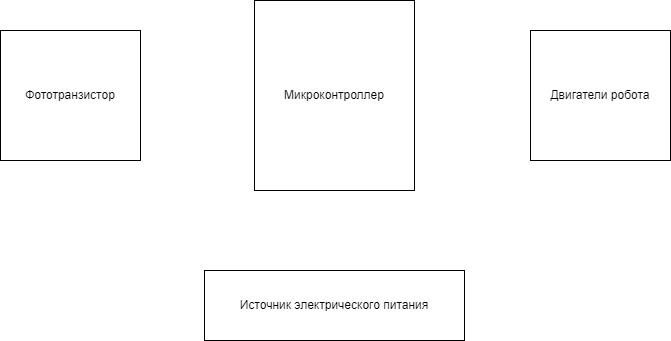
This is Cхемыч.png from IlyaFedoseev227/LABS-PNRPU-IVT-22-1b, a draw.io export, as it was before one commit. Source tidied: cells renumbered, new cells last; positions are measured from the earlier drawing's top-left corner, leaving out a move shared by most shapes.
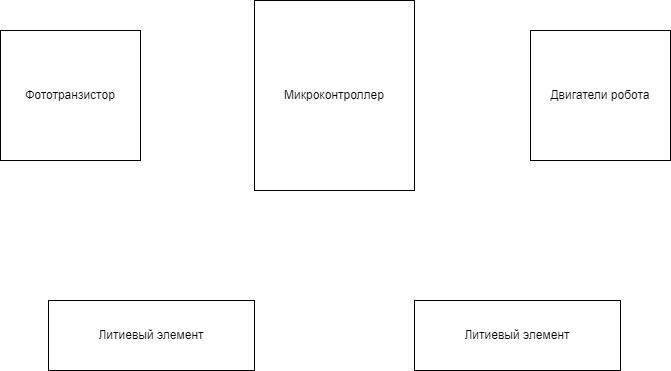
Above is the later version.

The edit, as a diff of the source:
```diff
@@ -2,8 +2,8 @@
   <root>
     <mxCell id="0" />
     <mxCell id="1" parent="0" />
-    <mxCell id="2" value="Источник электрического питания" style="rounded=0;whiteSpace=wrap;html=1;" parent="1" vertex="1">
-      <mxGeometry x="204" y="270" width="260" height="70" as="geometry" />
+    <mxCell id="2" value="Литиевый элемент" style="rounded=0;whiteSpace=wrap;html=1;" parent="1" vertex="1">
+      <mxGeometry x="48" y="300" width="206" height="70" as="geometry" />
     </mxCell>
     <mxCell id="3" value="Микроконтроллер" style="rounded=0;whiteSpace=wrap;html=1;" parent="1" vertex="1">
       <mxGeometry x="254" width="160" height="190" as="geometry" />
@@ -14,5 +14,8 @@
     <mxCell id="5" value="Двигатели робота" style="rounded=0;whiteSpace=wrap;html=1;" parent="1" vertex="1">
       <mxGeometry x="530" y="30" width="140" height="130" as="geometry" />
     </mxCell>
+    <mxCell id="6" value="Литиевый элемент" style="rounded=0;whiteSpace=wrap;html=1;" parent="1" vertex="1">
+      <mxGeometry x="414" y="300" width="206" height="70" as="geometry" />
+    </mxCell>
   </root>
 </mxGraphModel>
```
